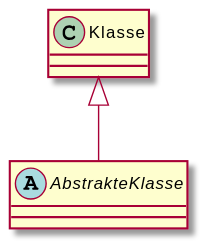
Earlier version of the PlantUML export meilenstein_03/.template/uml-{modul}/{modul}.svg (weichware10/meilensteine).
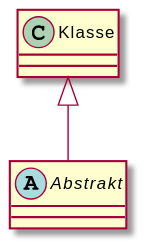
The same file after the commit.

Commit message:
Render PlantUML SVGs

The edit, as a diff of the source:
```diff
@@ -1,5 +1,5 @@
 @startuml
-abstract AbstrakteKlasse
+abstract Abstrakt
 class Klasse
-Klasse <|-- AbstrakteKlasse
+Klasse <|-- Abstrakt
 @enduml
```
